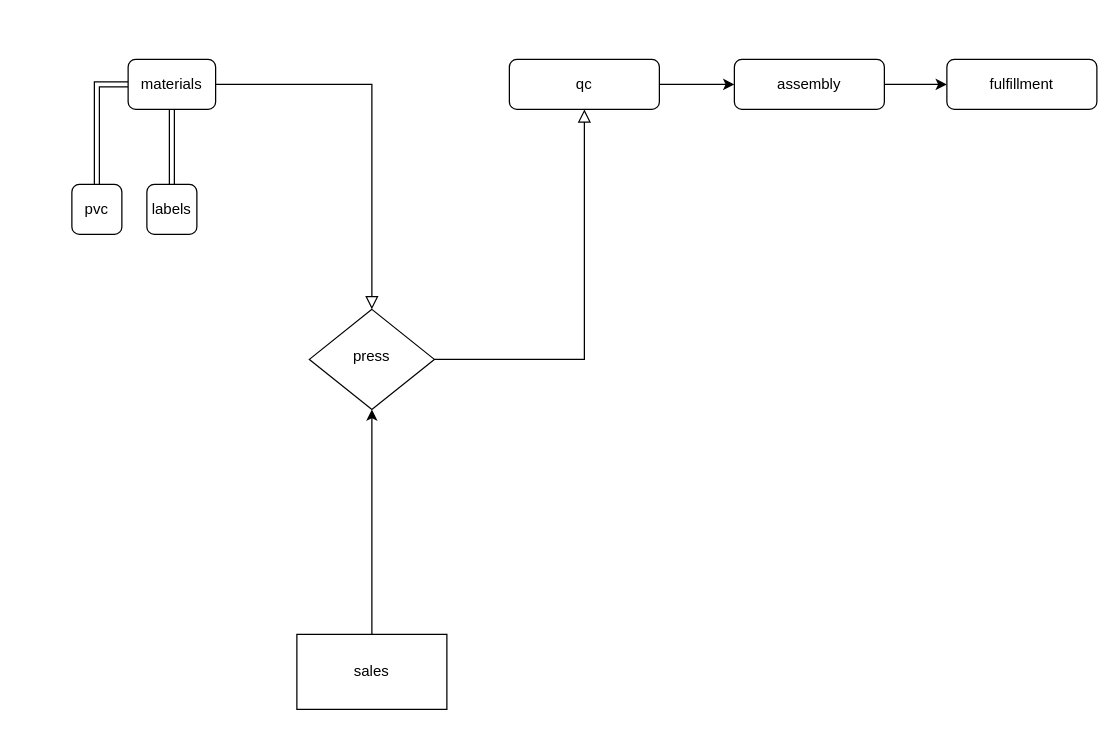
Before: ProductionFlow.drawio in jake-echobase/flow, a draw.io diagram. Source tidied: cells renumbered, new cells numbered last; positions are measured from the earlier drawing's top-left corner, leaving out a move shared by most shapes. Both pictures are drawn from the tidied source at 125%, with x=0, y=0 at pixel (71, 59).
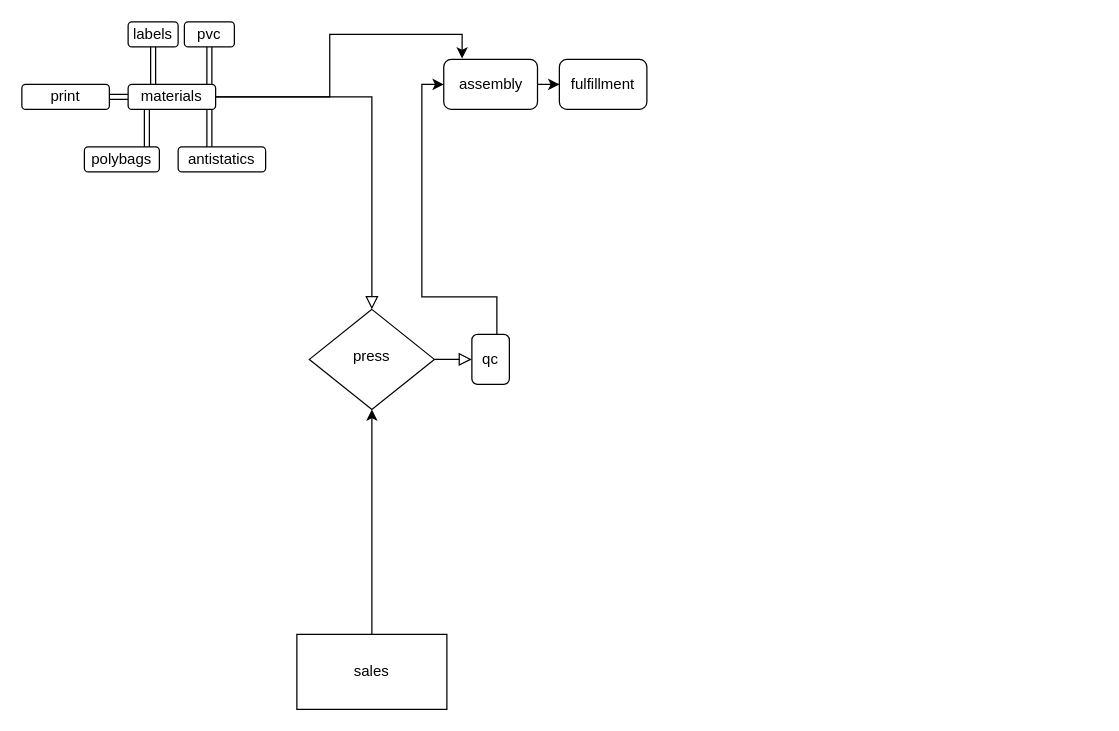
After the change.

The edit, as a diff of the source:
```diff
@@
     <mxCell id="3" style="edgeStyle=orthogonalEdgeStyle;rounded=0;jettySize=auto;html=1;shape=link;" parent="1" edge="1" source="4" target="14">
-      <mxGeometry relative="1" as="geometry" />
+      <mxGeometry relative="1" as="geometry">
+        <Array as="points">
+          <mxPoint x="110" />
+          <mxPoint x="110" />
+        </Array>
+      </mxGeometry>
     </mxCell>
+    <mxCell id="17" style="edgeStyle=orthogonalEdgeStyle;rounded=0;jettySize=auto;html=1;entryX=0.196;entryY=-0.015;entryDx=0;entryDy=0;entryPerimeter=0;" parent="1" edge="1" source="4" target="10">
+      <mxGeometry relative="1" as="geometry" />
+    </mxCell>
+    <mxCell id="18" style="edgeStyle=orthogonalEdgeStyle;rounded=0;jettySize=auto;html=1;shape=link;" parent="1" edge="1" source="4" target="22">
+      <mxGeometry relative="1" as="geometry">
+        <Array as="points">
+          <mxPoint x="110" y="50" />
+          <mxPoint x="110" y="50" />
+        </Array>
+      </mxGeometry>
+    </mxCell>
+    <mxCell id="19" style="edgeStyle=orthogonalEdgeStyle;rounded=0;jettySize=auto;html=1;shape=link;" parent="1" edge="1" source="4" target="23">
+      <mxGeometry relative="1" as="geometry" />
+    </mxCell>
     <mxCell id="4" value="materials" style="rounded=1;whiteSpace=wrap;html=1;fontSize=12;glass=0;strokeWidth=1;shadow=0;" parent="1" vertex="1">
-      <mxGeometry x="45" width="70" height="40" as="geometry" />
+      <mxGeometry x="45" y="20" width="70" height="20" as="geometry" />
     </mxCell>
@@
     <mxCell id="7" style="edgeStyle=orthogonalEdgeStyle;rounded=0;jettySize=auto;html=1;" parent="1" edge="1" source="8" target="10">
-      <mxGeometry relative="1" as="geometry" />
+      <mxGeometry relative="1" as="geometry">
+        <Array as="points">
+          <mxPoint x="340" y="190" />
+          <mxPoint x="280" y="190" />
+          <mxPoint x="280" y="20" />
+        </Array>
+      </mxGeometry>
     </mxCell>
     <mxCell id="8" value="qc" style="rounded=1;whiteSpace=wrap;html=1;fontSize=12;glass=0;strokeWidth=1;shadow=0;" parent="1" vertex="1">
-      <mxGeometry x="350" width="120" height="40" as="geometry" />
+      <mxGeometry x="320" y="220" width="30" height="40" as="geometry" />
     </mxCell>
@@
     <mxCell id="10" value="assembly" style="rounded=1;whiteSpace=wrap;html=1;fontSize=12;glass=0;strokeWidth=1;shadow=0;" parent="1" vertex="1">
-      <mxGeometry x="530" width="120" height="40" as="geometry" />
+      <mxGeometry x="297.5" width="75" height="40" as="geometry" />
     </mxCell>
@@
     <mxCell id="13" value="fulfillment" style="rounded=1;whiteSpace=wrap;html=1;fontSize=12;glass=0;strokeWidth=1;shadow=0;" parent="1" vertex="1">
-      <mxGeometry x="700" width="120" height="40" as="geometry" />
+      <mxGeometry x="390" width="70" height="40" as="geometry" />
     </mxCell>
     <mxCell id="14" value="pvc" style="rounded=1;whiteSpace=wrap;html=1;fontSize=12;glass=0;strokeWidth=1;shadow=0;" parent="1" vertex="1">
-      <mxGeometry y="100" width="40" height="40" as="geometry" />
+      <mxGeometry x="90" y="-30" width="40" height="20" as="geometry" />
     </mxCell>
     <mxCell id="15" style="edgeStyle=orthogonalEdgeStyle;rounded=0;jettySize=auto;html=1;shape=link;" parent="1" edge="1" source="16" target="4">
-      <mxGeometry relative="1" as="geometry" />
+      <mxGeometry relative="1" as="geometry">
+        <Array as="points">
+          <mxPoint x="65" y="10" />
+          <mxPoint x="65" y="10" />
+        </Array>
+      </mxGeometry>
     </mxCell>
     <mxCell id="16" value="labels" style="rounded=1;whiteSpace=wrap;html=1;fontSize=12;glass=0;strokeWidth=1;shadow=0;" parent="1" vertex="1">
-      <mxGeometry x="60" y="100" width="40" height="40" as="geometry" />
+      <mxGeometry x="45" y="-30" width="40" height="20" as="geometry" />
     </mxCell>
+    <mxCell id="20" style="edgeStyle=orthogonalEdgeStyle;rounded=0;jettySize=auto;html=1;shape=link;" parent="1" edge="1" source="4" target="21">
+      <mxGeometry relative="1" as="geometry">
+        <Array as="points">
+          <mxPoint x="60" y="60" />
+          <mxPoint x="60" y="60" />
+        </Array>
+      </mxGeometry>
+    </mxCell>
+    <mxCell id="21" value="polybags" style="rounded=1;whiteSpace=wrap;html=1;" parent="1" vertex="1">
+      <mxGeometry x="10" y="70" width="60" height="20" as="geometry" />
+    </mxCell>
+    <mxCell id="22" value="antistatics" style="rounded=1;whiteSpace=wrap;html=1;fontSize=12;glass=0;strokeWidth=1;shadow=0;" parent="1" vertex="1">
+      <mxGeometry x="85" y="70" width="70" height="20" as="geometry" />
+    </mxCell>
+    <mxCell id="23" value="print" style="rounded=1;whiteSpace=wrap;html=1;fontSize=12;glass=0;strokeWidth=1;shadow=0;" parent="1" vertex="1">
+      <mxGeometry x="-40" y="20" width="70" height="20" as="geometry" />
+    </mxCell>
```
